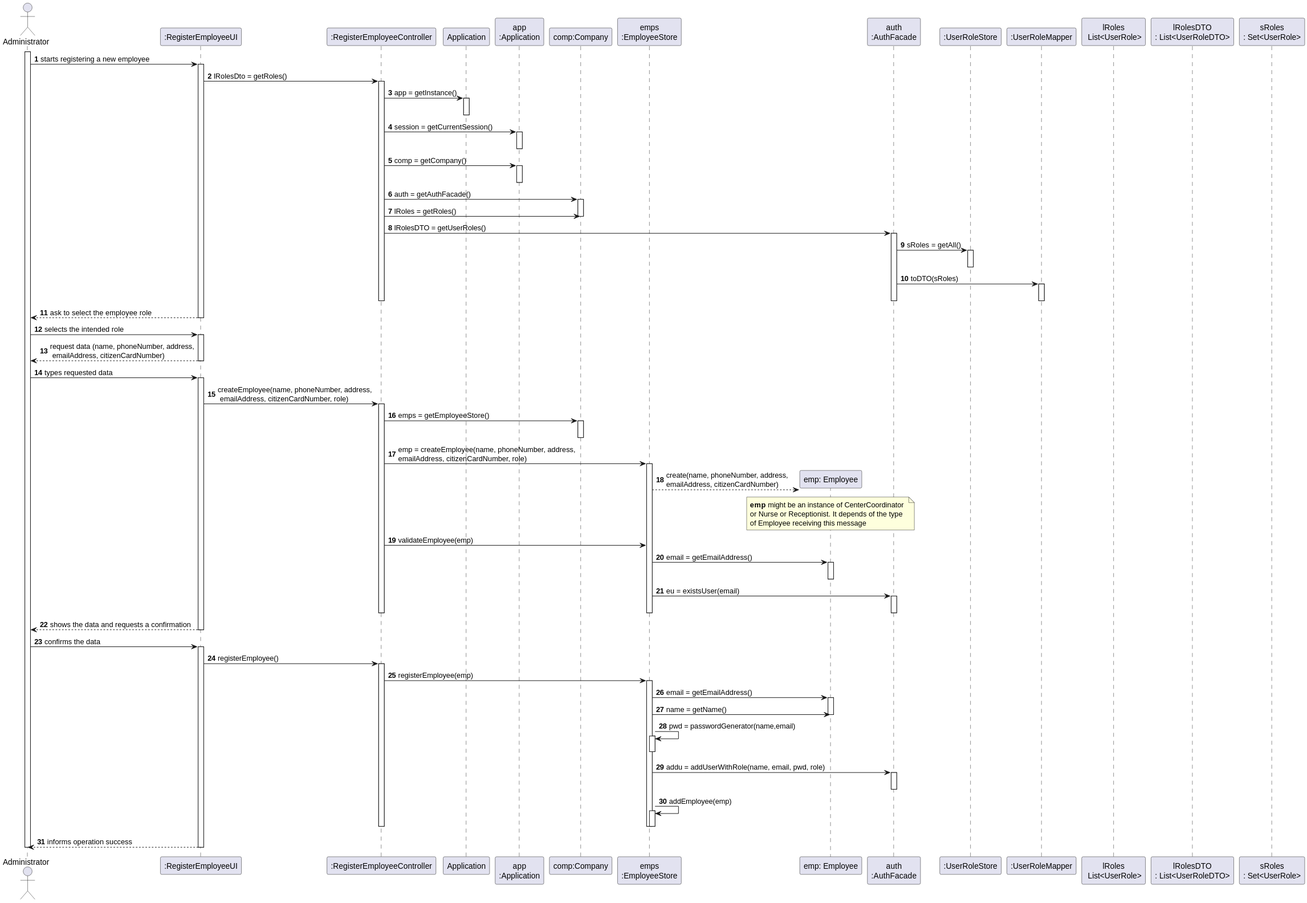
Before: docs/SprintB/UserStories/US10/US010_SD.svg, a diagram exported from PlantUML (diogonapoles/isep-lapr2).
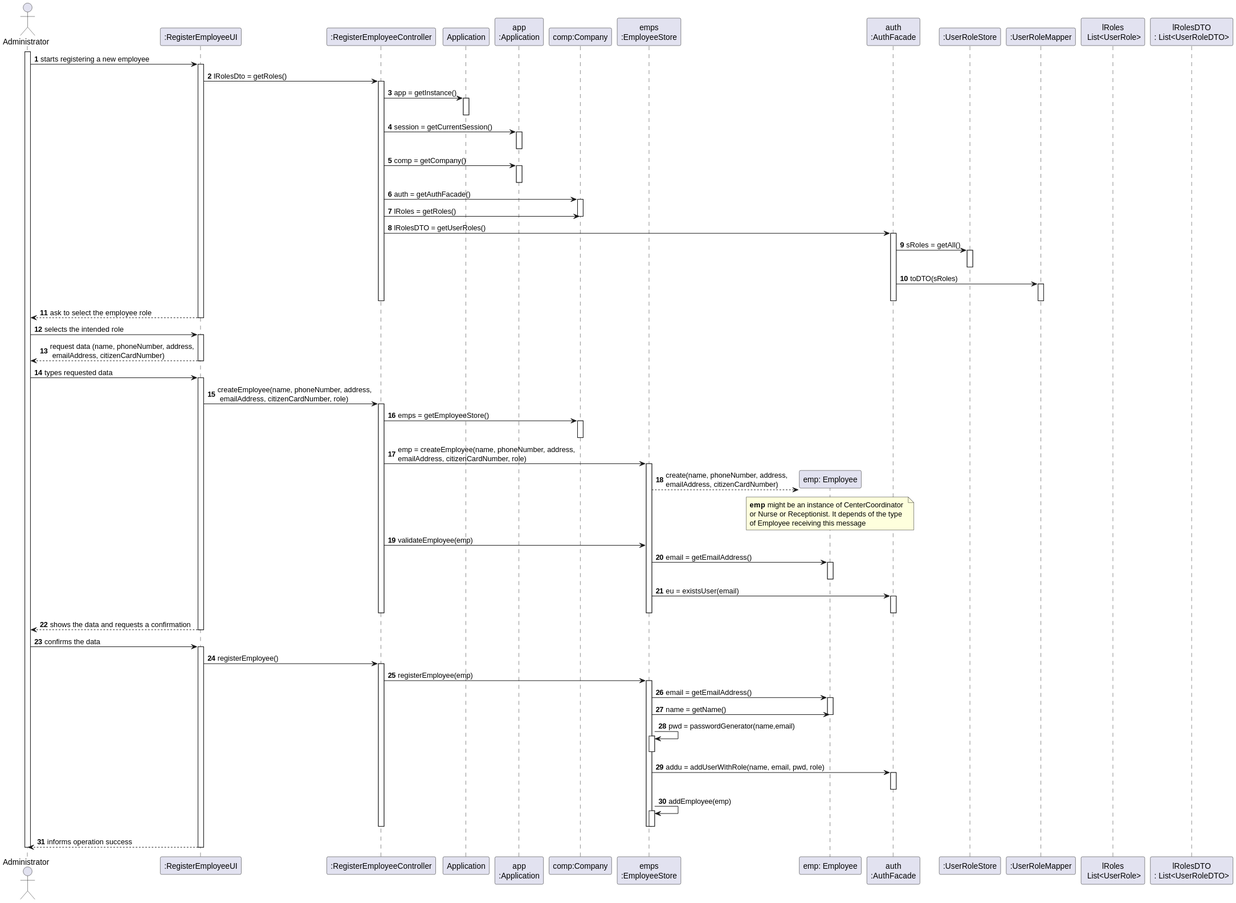
After the commit.

The edit, as a diff of the source:
```diff
@@ -15,7 +15,7 @@
 participant ":UserRoleMapper" as URM
 participant "lRoles\n List<UserRole>" as LR
 participant "lRolesDTO\n: List<UserRoleDTO>" as lRDTO
-participant "sRoles\n: Set<UserRole>" as SR
+
 
 
 
@@ -45,7 +45,6 @@
 
 CTRL -> COMP: lRoles = getRoles()
 deactivate COMP
-
 
 
 CTRL -> AF : lRolesDTO = getUserRoles()
```
